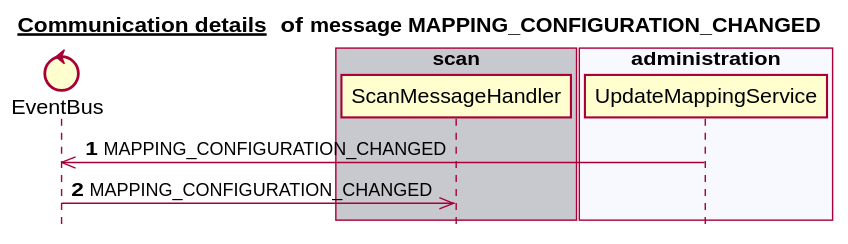
Earlier version of the PlantUML export docs/latest/images/gen_domain_messaging_mapping_configuration_changed.svg (mercedes-benz/sechub).
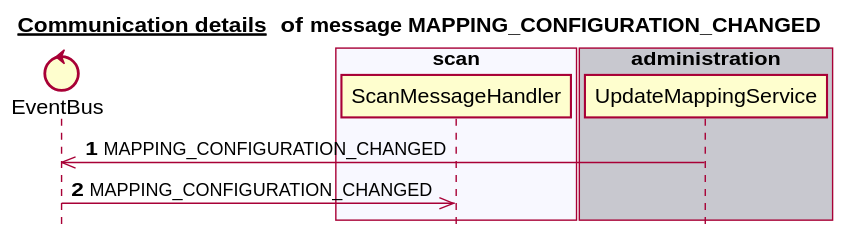
Above is the later version.

Change to the diagram source:
```diff
@@ -6,17 +6,17 @@
 
 
 control EventBus
-box "scan" #C8C8CF
+box "schedule" #C8C8CF
+end box
+box "scan" #F8F8FF
    participant ScanMessageHandler
 end box
-box "schedule" #F8F8FF
+box "administration" #C8C8CF
+   participant UpdateMappingService
+end box
+box "notification" #F8F8FF
 end box
 box "authorization" #C8C8CF
-end box
-box "administration" #F8F8FF
-   participant UpdateMappingService
-end box
-box "notification" #C8C8CF
 end box
 autonumber 1
 UpdateMappingService ->> EventBus:MAPPING_CONFIGURATION_CHANGED
```
